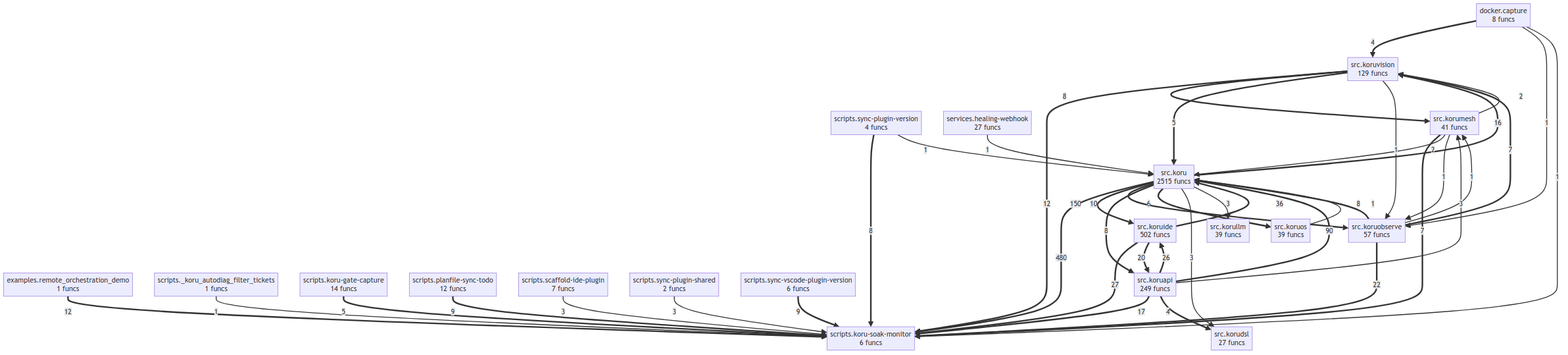
This is project/compact_flow.png from semcod/koru, a Mermaid export, as it was before one commit. Its source is kept beside it as project/compact_flow.mmd.
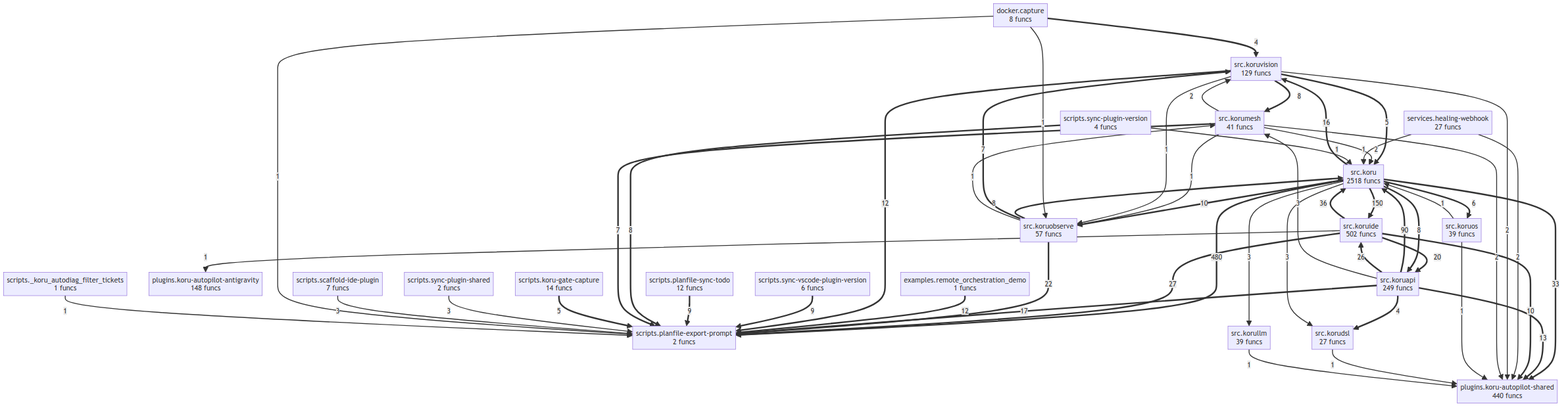
After the change.

Diff of the diagram source:
```diff
@@ -1,16 +1,18 @@
 flowchart TD
     docker__capture["docker.capture<br/>8 funcs"]
     examples__remote_orchestration_demo["examples.remote_orchestration_demo<br/>1 funcs"]
+    plugins__koru_autopilot_antigravity["plugins.koru-autopilot-antigravity<br/>148 funcs"]
+    plugins__koru_autopilot_shared["plugins.koru-autopilot-shared<br/>440 funcs"]
     scripts___koru_autodiag_filter_tickets["scripts._koru_autodiag_filter_tickets<br/>1 funcs"]
     scripts__koru_gate_capture["scripts.koru-gate-capture<br/>14 funcs"]
-    scripts__koru_soak_monitor["scripts.koru-soak-monitor<br/>6 funcs"]
+    scripts__planfile_export_prompt["scripts.planfile-export-prompt<br/>2 funcs"]
     scripts__planfile_sync_todo["scripts.planfile-sync-todo<br/>12 funcs"]
     scripts__scaffold_ide_plugin["scripts.scaffold-ide-plugin<br/>7 funcs"]
     scripts__sync_plugin_shared["scripts.sync-plugin-shared<br/>2 funcs"]
     scripts__sync_plugin_version["scripts.sync-plugin-version<br/>4 funcs"]
     scripts__sync_vscode_plugin_version["scripts.sync-vscode-plugin-version<br/>6 funcs"]
     services__healing_webhook["services.healing-webhook<br/>27 funcs"]
-    src__koru["src.koru<br/>2515 funcs"]
+    src__koru["src.koru<br/>2518 funcs"]
     src__koruapi["src.koruapi<br/>249 funcs"]
     src__korudsl["src.korudsl<br/>27 funcs"]
     src__koruide["src.koruide<br/>502 funcs"]
@@ -19,45 +21,55 @@
     src__koruobserve["src.koruobserve<br/>57 funcs"]
     src__koruos["src.koruos<br/>39 funcs"]
     src__koruvision["src.koruvision<br/>129 funcs"]
-    src__koru ==>|480| scripts__koru_soak_monitor
+    src__koru ==>|480| scripts__planfile_export_prompt
     src__koru ==>|150| src__koruide
     src__koruapi ==>|90| src__koru
     src__koruide ==>|36| src__koru
-    src__koruide ==>|27| scripts__koru_soak_monitor
+    src__koru ==>|33| plugins__koru_autopilot_shared
+    src__koruide ==>|27| scripts__planfile_export_prompt
     src__koruapi ==>|26| src__koruide
-    src__koruobserve ==>|22| scripts__koru_soak_monitor
+    src__koruobserve ==>|22| scripts__planfile_export_prompt
     src__koruide ==>|20| src__koruapi
-    src__koruapi ==>|17| scripts__koru_soak_monitor
+    src__koruapi ==>|17| scripts__planfile_export_prompt
     src__koru ==>|16| src__koruvision
-    examples__remote_orchestration_demo ==>|12| scripts__koru_soak_monitor
-    src__koruvision ==>|12| scripts__koru_soak_monitor
+    src__koruapi ==>|13| plugins__koru_autopilot_shared
+    examples__remote_orchestration_demo ==>|12| scripts__planfile_export_prompt
+    src__koruvision ==>|12| scripts__planfile_export_prompt
+    src__koruide ==>|10| plugins__koru_autopilot_shared
     src__koru ==>|10| src__koruobserve
-    scripts__planfile_sync_todo ==>|9| scripts__koru_soak_monitor
-    scripts__sync_vscode_plugin_version ==>|9| scripts__koru_soak_monitor
+    scripts__sync_vscode_plugin_version ==>|9| scripts__planfile_export_prompt
+    scripts__planfile_sync_todo ==>|9| scripts__planfile_export_prompt
     src__koruobserve ==>|8| src__koru
     src__koruvision ==>|8| src__korumesh
     src__koru ==>|8| src__koruapi
-    scripts__sync_plugin_version ==>|8| scripts__koru_soak_monitor
+    scripts__sync_plugin_version ==>|8| scripts__planfile_export_prompt
     src__koruobserve ==>|7| src__koruvision
-    src__korumesh ==>|7| scripts__koru_soak_monitor
+    src__korumesh ==>|7| scripts__planfile_export_prompt
     src__koru ==>|6| src__koruos
     src__koruvision ==>|5| src__koru
-    scripts__koru_gate_capture ==>|5| scripts__koru_soak_monitor
+    scripts__koru_gate_capture ==>|5| scripts__planfile_export_prompt
     src__koruapi ==>|4| src__korudsl
     docker__capture ==>|4| src__koruvision
     src__koruapi -->|3| src__korumesh
     src__koru -->|3| src__korudsl
     src__koru -->|3| src__korullm
-    scripts__sync_plugin_shared -->|3| scripts__koru_soak_monitor
-    scripts__scaffold_ide_plugin -->|3| scripts__koru_soak_monitor
+    scripts__sync_plugin_shared -->|3| scripts__planfile_export_prompt
+    scripts__scaffold_ide_plugin -->|3| scripts__planfile_export_prompt
+    services__healing_webhook -->|2| plugins__koru_autopilot_shared
+    src__koruvision -->|2| plugins__koru_autopilot_shared
     src__korumesh -->|2| src__koru
     src__korumesh -->|2| src__koruvision
+    src__korumesh -->|2| plugins__koru_autopilot_shared
     src__koruobserve -->|1| src__korumesh
     services__healing_webhook -->|1| src__koru
+    src__koruos -->|1| plugins__koru_autopilot_shared
+    src__korudsl -->|1| plugins__koru_autopilot_shared
     src__koruos -->|1| src__koru
+    src__korullm -->|1| plugins__koru_autopilot_shared
     src__korumesh -->|1| src__koruobserve
     src__koruvision -->|1| src__koruobserve
+    src__koruide -->|1| plugins__koru_autopilot_antigravity
     docker__capture -->|1| src__koruobserve
-    docker__capture -->|1| scripts__koru_soak_monitor
+    docker__capture -->|1| scripts__planfile_export_prompt
     scripts__sync_plugin_version -->|1| src__koru
-    scripts___koru_autodiag_filter_tickets -->|1| scripts__koru_soak_monitor
+    scripts___koru_autodiag_filter_tickets -->|1| scripts__planfile_export_prompt
```
